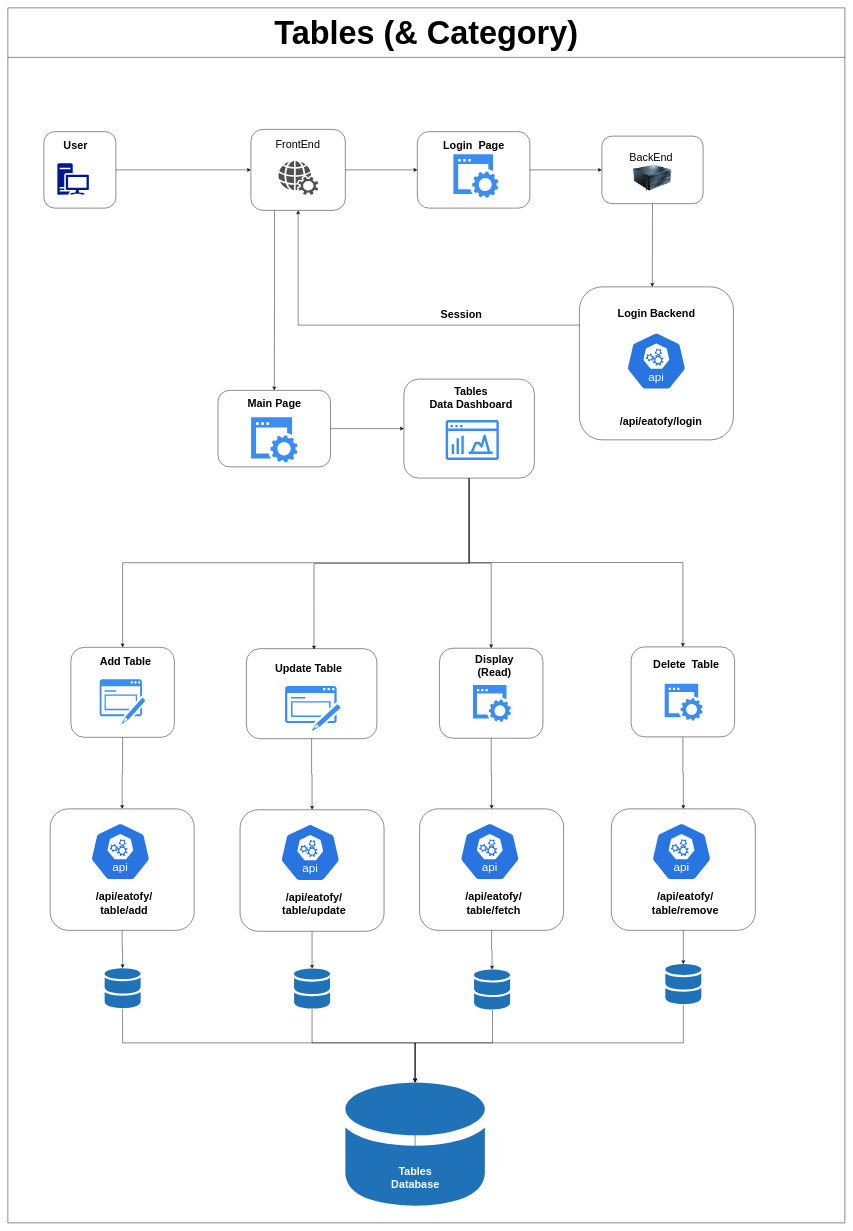
This is page "Tables" (4 of 8) of eatofy.drawio from appnichetechnologies/Eatofy-System-Design, a draw.io file, before an edit. Source tidied: cells renumbered, new cells numbered last; positions are measured from the earlier drawing's top-left corner, leaving out a move shared by most shapes. Both pictures are drawn from the tidied source at 45%, with x=0, y=0 at pixel (8, 8).
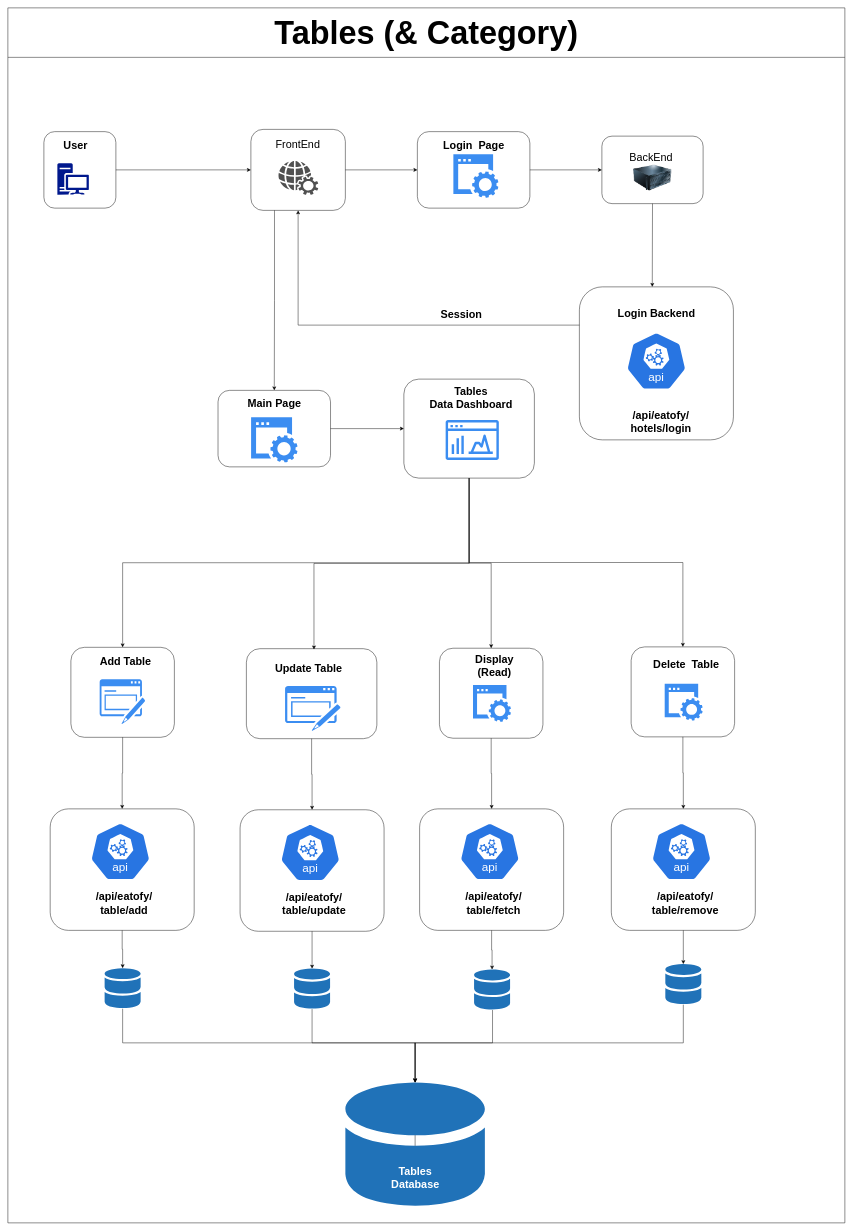
Above is the later version.

Unchanged cells that the change refers to:
```xml
<mxCell id="17" style="group;" parent="1" vertex="1">
  <mxGeometry x="1270" y="620" width="342.3" height="340" as="geometry" />
</mxCell>
```

Change to the diagram source:
```diff
@@
-    <mxCell id="21" value="&lt;font style=&quot;font-size: 24px;&quot;&gt;&lt;b&gt;&lt;font&gt;/api/eatofy/login&lt;br&gt;&lt;/font&gt;&lt;/b&gt;&lt;/font&gt;" style="text;html=1;align=center;verticalAlign=middle;strokeColor=none;fillColor=none;" parent="17" vertex="1">
-      <mxGeometry x="71.1" y="280" width="220" height="40" as="geometry" />
+    <mxCell id="21" value="&lt;div&gt;&lt;font style=&quot;font-size: 24px;&quot;&gt;&lt;b&gt;&lt;font&gt;/api/eatofy/&lt;/font&gt;&lt;/b&gt;&lt;/font&gt;&lt;/div&gt;&lt;div&gt;&lt;font style=&quot;font-size: 24px;&quot;&gt;&lt;b&gt;&lt;font&gt;hotels/login&lt;/font&gt;&lt;/b&gt;&lt;/font&gt;&lt;/div&gt;" style="text;html=1;align=center;verticalAlign=middle;strokeColor=none;fillColor=none;" parent="17" vertex="1">
+      <mxGeometry x="96.1" y="265" width="170" height="70" as="geometry" />
     </mxCell>
```
